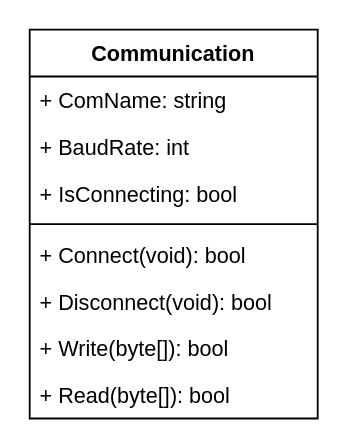
This is page "UML Class Diagram" (5 of 5) of ADC Monitor.drawio from Jasson-Chou/SideProject, a draw.io file, before an edit. Source tidied: cells renumbered, new cells numbered last; positions are measured from the earlier drawing's top-left corner, leaving out a move shared by most shapes. Both pictures are drawn from the tidied source at 180%, with x=0, y=0 at pixel (29, 29).
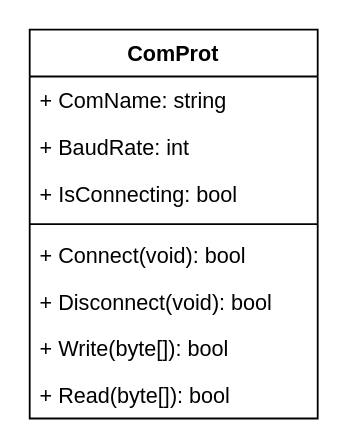
After the change.

What changed in the source:
```diff
@@
 <mxGraphModel>
   <root>
     <mxCell id="0" />
     <mxCell id="1" parent="0" />
-    <mxCell id="2" value="Communication" style="swimlane;fontStyle=1;align=center;verticalAlign=top;horizontal=1;startSize=26;" parent="1" vertex="1">
+    <mxCell id="2" value="ComProt" style="swimlane;fontStyle=1;align=center;verticalAlign=top;horizontal=1;startSize=26;" parent="1" vertex="1">
       <mxGeometry width="160" height="216" as="geometry" />
     </mxCell>
     <mxCell id="3" value="+ ComName: string" style="text;strokeColor=none;fillColor=none;align=left;verticalAlign=top;spacingLeft=4;spacingRight=4;overflow=hidden;" parent="2" vertex="1">
       <mxGeometry y="26" width="160" height="26" as="geometry" />
     </mxCell>
     <mxCell id="4" value="+ BaudRate: int" style="text;strokeColor=none;fillColor=none;align=left;verticalAlign=top;spacingLeft=4;spacingRight=4;overflow=hidden;" parent="2" vertex="1">
       <mxGeometry y="52" width="160" height="26" as="geometry" />
     </mxCell>
     <mxCell id="5" value="+ IsConnecting: bool" style="text;strokeColor=none;fillColor=none;align=left;verticalAlign=top;spacingLeft=4;spacingRight=4;overflow=hidden;" parent="2" vertex="1">
       <mxGeometry y="78" width="160" height="26" as="geometry" />
     </mxCell>
     <mxCell id="6" style="line;strokeWidth=1;fillColor=none;align=left;verticalAlign=middle;spacingTop=-1;spacingLeft=3;spacingRight=3;labelPosition=right;" parent="2" vertex="1">
       <mxGeometry y="104" width="160" height="8" as="geometry" />
     </mxCell>
     <mxCell id="7" value="+ Connect(void): bool" style="text;strokeColor=none;fillColor=none;align=left;verticalAlign=top;spacingLeft=4;spacingRight=4;overflow=hidden;" parent="2" vertex="1">
       <mxGeometry y="112" width="160" height="26" as="geometry" />
     </mxCell>
     <mxCell id="8" value="+ Disconnect(void): bool" style="text;strokeColor=none;fillColor=none;align=left;verticalAlign=top;spacingLeft=4;spacingRight=4;overflow=hidden;" parent="2" vertex="1">
       <mxGeometry y="138" width="160" height="26" as="geometry" />
     </mxCell>
     <mxCell id="9" value="+ Write(byte[]): bool" style="text;strokeColor=none;fillColor=none;align=left;verticalAlign=top;spacingLeft=4;spacingRight=4;overflow=hidden;" parent="2" vertex="1">
       <mxGeometry y="164" width="160" height="26" as="geometry" />
     </mxCell>
     <mxCell id="10" value="+ Read(byte[]): bool" style="text;strokeColor=none;fillColor=none;align=left;verticalAlign=top;spacingLeft=4;spacingRight=4;overflow=hidden;" parent="2" vertex="1">
       <mxGeometry y="190" width="160" height="26" as="geometry" />
     </mxCell>
   </root>
 </mxGraphModel>
```
